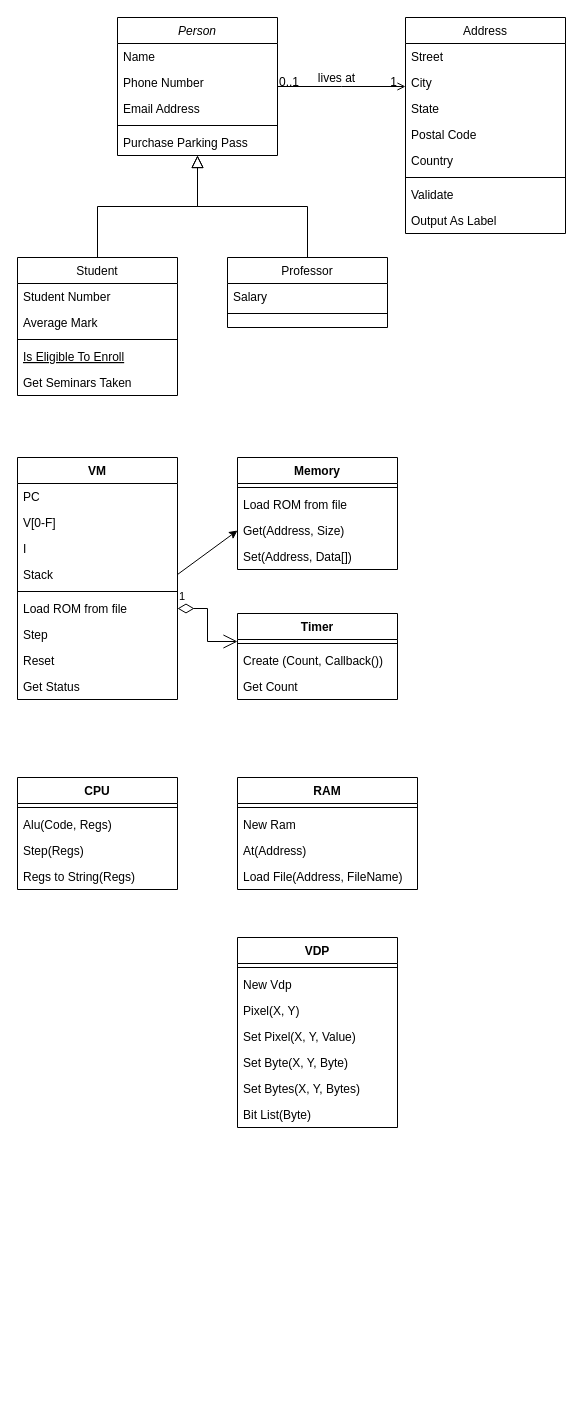
The draw.io diagram chip8er.drawio in pazworld/drawio, before the edit. Source tidied: cells renumbered, new cells numbered last; positions are measured from the earlier drawing's top-left corner, leaving out a move shared by most shapes. Both pictures are drawn from the tidied source at 100%, with x=0, y=0 at pixel (17, 17).
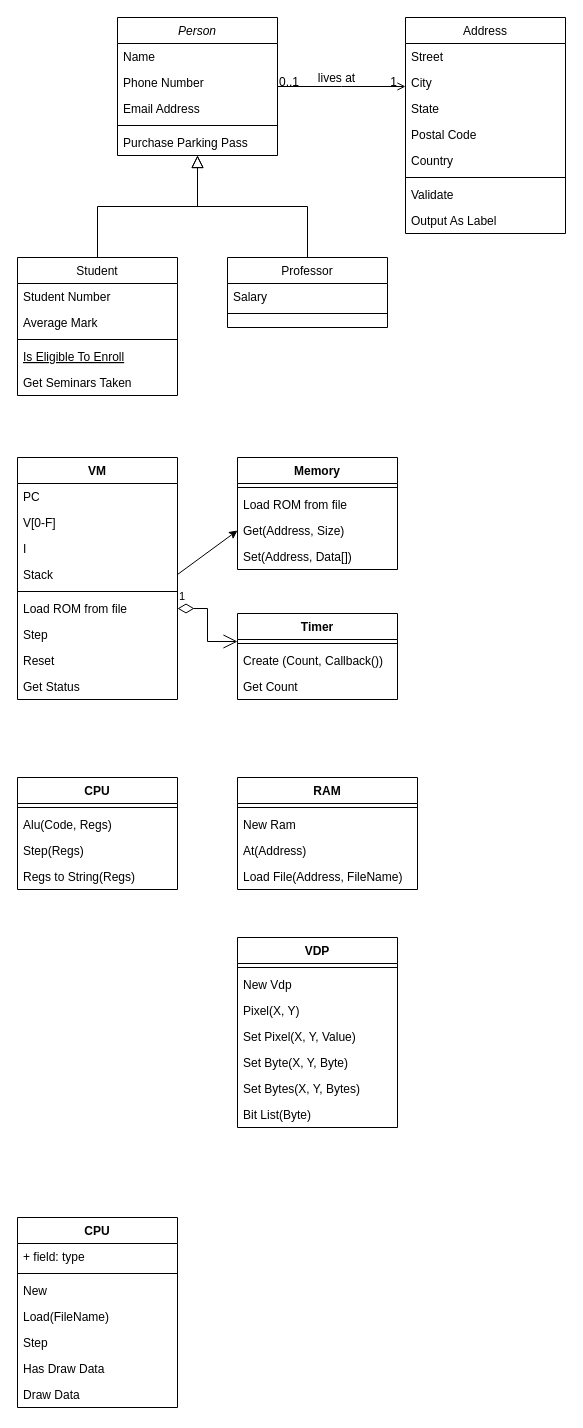
Above is the later version.

What changed in the source:
```diff
@@
+    <mxCell id="71" value="CPU" style="swimlane;fontStyle=1;align=center;verticalAlign=top;horizontal=1;startSize=26;" parent="1" vertex="1">
+      <mxGeometry y="1200" width="160" height="190" as="geometry" />
+    </mxCell>
+    <mxCell id="72" value="+ field: type" style="text;strokeColor=none;fillColor=none;align=left;verticalAlign=top;spacingLeft=4;spacingRight=4;overflow=hidden;" parent="71" vertex="1">
+      <mxGeometry y="26" width="160" height="26" as="geometry" />
+    </mxCell>
+    <mxCell id="73" style="line;strokeWidth=1;fillColor=none;align=left;verticalAlign=middle;spacingTop=-1;spacingLeft=3;spacingRight=3;labelPosition=right;" parent="71" vertex="1">
+      <mxGeometry y="52" width="160" height="8" as="geometry" />
+    </mxCell>
+    <mxCell id="74" value="New" style="text;strokeColor=none;fillColor=none;align=left;verticalAlign=top;spacingLeft=4;spacingRight=4;overflow=hidden;" parent="71" vertex="1">
+      <mxGeometry y="60" width="160" height="26" as="geometry" />
+    </mxCell>
+    <mxCell id="75" value="Load(FileName)" style="text;strokeColor=none;fillColor=none;align=left;verticalAlign=top;spacingLeft=4;spacingRight=4;overflow=hidden;" parent="71" vertex="1">
+      <mxGeometry y="86" width="160" height="26" as="geometry" />
+    </mxCell>
+    <mxCell id="76" value="Step" style="text;strokeColor=none;fillColor=none;align=left;verticalAlign=top;spacingLeft=4;spacingRight=4;overflow=hidden;" parent="71" vertex="1">
+      <mxGeometry y="112" width="160" height="26" as="geometry" />
+    </mxCell>
+    <mxCell id="77" value="Has Draw Data" style="text;strokeColor=none;fillColor=none;align=left;verticalAlign=top;spacingLeft=4;spacingRight=4;overflow=hidden;" parent="71" vertex="1">
+      <mxGeometry y="138" width="160" height="26" as="geometry" />
+    </mxCell>
+    <mxCell id="78" value="Draw Data" style="text;strokeColor=none;fillColor=none;align=left;verticalAlign=top;spacingLeft=4;spacingRight=4;overflow=hidden;" parent="71" vertex="1">
+      <mxGeometry y="164" width="160" height="26" as="geometry" />
+    </mxCell>
```
